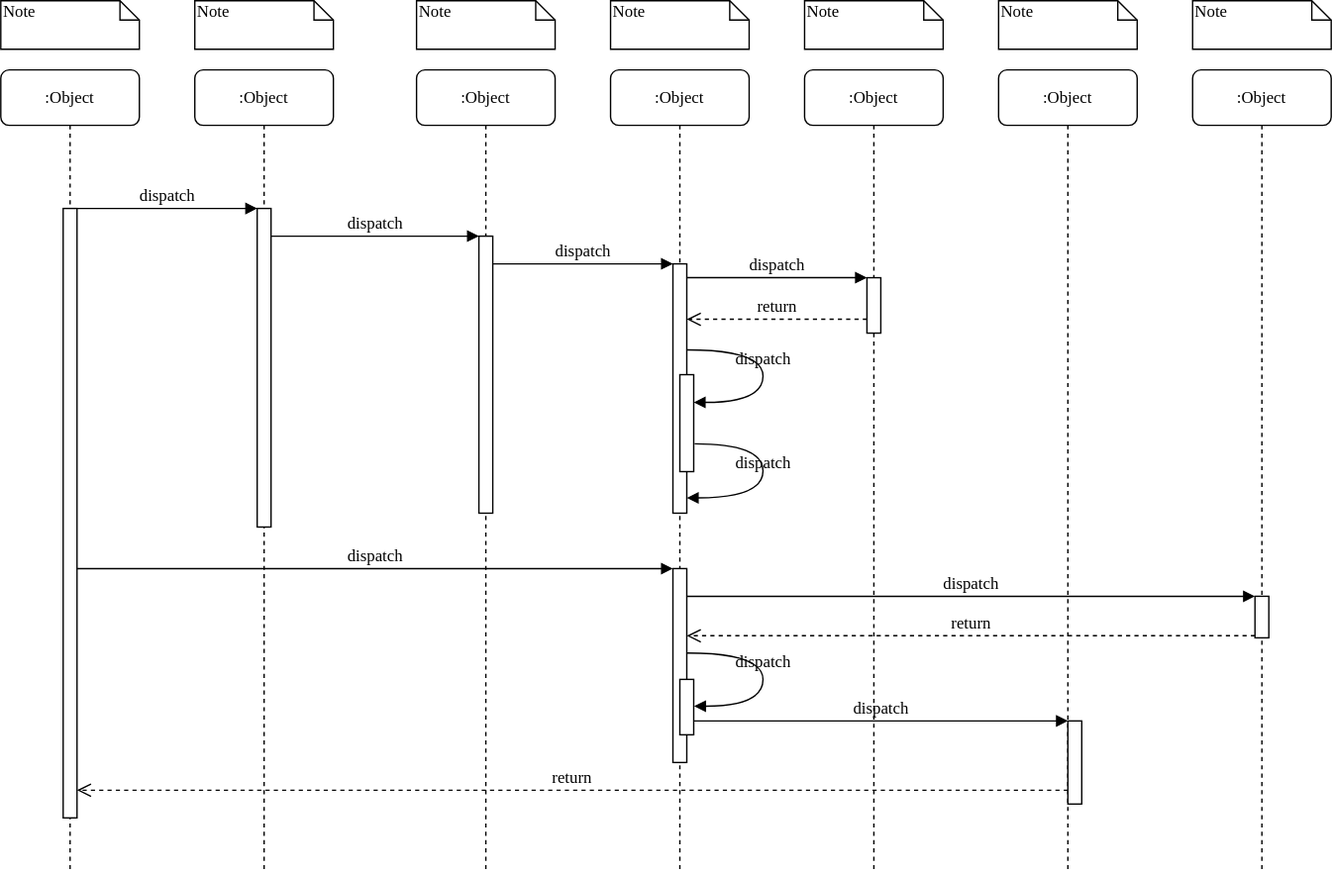
Above: UML Dynamic model.svg in TimeBandit2k/SixFeetPlease (draw.io), before the change. Source tidied: cells renumbered, new cells last; positions are measured from the earlier drawing's top-left corner, leaving out a move shared by most shapes.
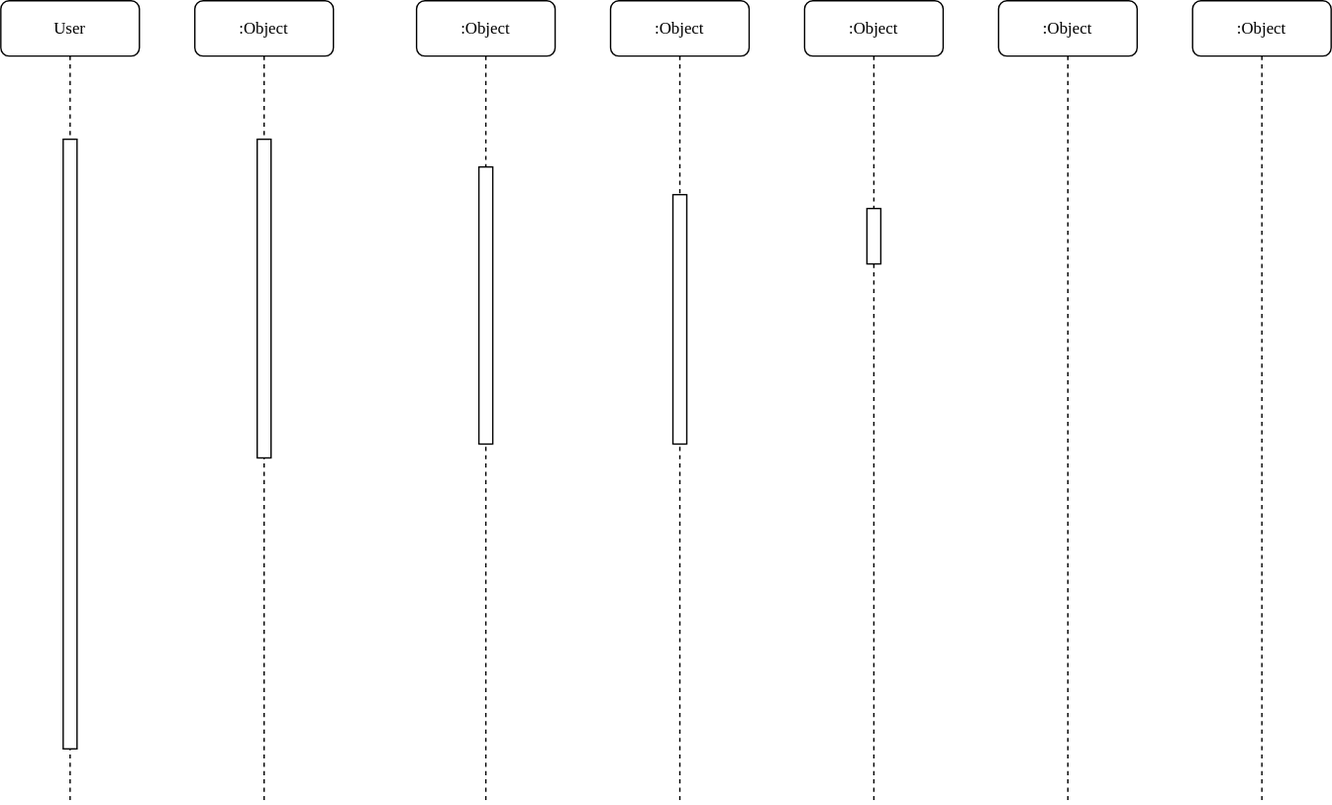
Above is the later version.

Commit message:
UML Dynamic model v0.1.svg

Change to the diagram source:
```diff
@@ -26,7 +26,7 @@
     <mxCell id="9" value=":Object" style="shape=umlLifeline;perimeter=lifelinePerimeter;whiteSpace=wrap;html=1;rounded=1;shadow=0;comic=0;labelBackgroundColor=none;strokeWidth=1;fontFamily=Verdana;fontSize=12;align=center;" parent="1" vertex="1">
       <mxGeometry x="860" y="50" width="100" height="580" as="geometry" />
     </mxCell>
-    <mxCell id="10" value=":Object" style="shape=umlLifeline;perimeter=lifelinePerimeter;whiteSpace=wrap;html=1;rounded=1;shadow=0;comic=0;labelBackgroundColor=none;strokeWidth=1;fontFamily=Verdana;fontSize=12;align=center;" parent="1" vertex="1">
+    <mxCell id="10" value="User" style="shape=umlLifeline;perimeter=lifelinePerimeter;whiteSpace=wrap;html=1;rounded=1;shadow=0;comic=0;labelBackgroundColor=none;strokeWidth=1;fontFamily=Verdana;fontSize=12;align=center;" parent="1" vertex="1">
       <mxGeometry y="50" width="100" height="580" as="geometry" />
     </mxCell>
     <mxCell id="11" style="html=1;points=[];perimeter=orthogonalPerimeter;rounded=0;shadow=0;comic=0;labelBackgroundColor=none;strokeWidth=1;fontFamily=Verdana;fontSize=12;align=center;" parent="10" vertex="1">
@@ -35,114 +35,8 @@
     <mxCell id="12" style="html=1;points=[];perimeter=orthogonalPerimeter;rounded=0;shadow=0;comic=0;labelBackgroundColor=none;strokeWidth=1;fontFamily=Verdana;fontSize=12;align=center;" parent="1" vertex="1">
       <mxGeometry x="485" y="190" width="10" height="180" as="geometry" />
     </mxCell>
-    <mxCell id="13" value="dispatch" style="html=1;verticalAlign=bottom;endArrow=block;labelBackgroundColor=none;fontFamily=Verdana;fontSize=12;edgeStyle=elbowEdgeStyle;elbow=vertical;" parent="1" edge="1" source="5" target="12">
-      <mxGeometry relative="1" as="geometry">
-        <Array as="points">
-          <mxPoint x="360" y="190" />
-        </Array>
-      </mxGeometry>
-    </mxCell>
     <mxCell id="14" style="html=1;points=[];perimeter=orthogonalPerimeter;rounded=0;shadow=0;comic=0;labelBackgroundColor=none;strokeWidth=1;fontFamily=Verdana;fontSize=12;align=center;" parent="1" vertex="1">
       <mxGeometry x="625" y="200" width="10" height="40" as="geometry" />
     </mxCell>
-    <mxCell id="15" value="dispatch" style="html=1;verticalAlign=bottom;endArrow=block;entryX=0;entryY=0;labelBackgroundColor=none;fontFamily=Verdana;fontSize=12;edgeStyle=elbowEdgeStyle;elbow=vertical;" parent="1" edge="1" source="12" target="14">
-      <mxGeometry relative="1" as="geometry" />
-    </mxCell>
-    <mxCell id="16" value="return" style="html=1;verticalAlign=bottom;endArrow=open;dashed=1;endSize=8;labelBackgroundColor=none;fontFamily=Verdana;fontSize=12;edgeStyle=elbowEdgeStyle;elbow=vertical;" parent="1" edge="1" source="14" target="12">
-      <mxGeometry relative="1" as="geometry">
-        <Array as="points">
-          <mxPoint x="570" y="230" />
-          <mxPoint x="600" y="230" />
-        </Array>
-      </mxGeometry>
-    </mxCell>
-    <mxCell id="17" style="html=1;points=[];perimeter=orthogonalPerimeter;rounded=0;shadow=0;comic=0;labelBackgroundColor=none;strokeWidth=1;fontFamily=Verdana;fontSize=12;align=center;" parent="1" vertex="1">
-      <mxGeometry x="485" y="410" width="10" height="140" as="geometry" />
-    </mxCell>
-    <mxCell id="18" value="dispatch" style="html=1;verticalAlign=bottom;endArrow=block;entryX=0;entryY=0;labelBackgroundColor=none;fontFamily=Verdana;fontSize=12;" parent="1" edge="1" source="11" target="17">
-      <mxGeometry relative="1" as="geometry" />
-    </mxCell>
-    <mxCell id="19" style="html=1;points=[];perimeter=orthogonalPerimeter;rounded=0;shadow=0;comic=0;labelBackgroundColor=none;strokeColor=#000000;strokeWidth=1;fillColor=#FFFFFF;fontFamily=Verdana;fontSize=12;fontColor=#000000;align=center;" parent="1" vertex="1">
-      <mxGeometry x="905" y="430" width="10" height="30" as="geometry" />
-    </mxCell>
-    <mxCell id="20" value="dispatch" style="html=1;verticalAlign=bottom;endArrow=block;entryX=0;entryY=0;labelBackgroundColor=none;fontFamily=Verdana;fontSize=12;" parent="1" edge="1" source="17" target="19">
-      <mxGeometry relative="1" as="geometry" />
-    </mxCell>
-    <mxCell id="21" value="return" style="html=1;verticalAlign=bottom;endArrow=open;dashed=1;endSize=8;exitX=0;exitY=0.95;labelBackgroundColor=none;fontFamily=Verdana;fontSize=12;" parent="1" edge="1" source="19" target="17">
-      <mxGeometry relative="1" as="geometry" />
-    </mxCell>
-    <mxCell id="22" style="html=1;points=[];perimeter=orthogonalPerimeter;rounded=0;shadow=0;comic=0;labelBackgroundColor=none;strokeWidth=1;fontFamily=Verdana;fontSize=12;align=center;" parent="1" vertex="1">
-      <mxGeometry x="770" y="520" width="10" height="60" as="geometry" />
-    </mxCell>
-    <mxCell id="23" value="dispatch" style="html=1;verticalAlign=bottom;endArrow=block;entryX=0;entryY=0;labelBackgroundColor=none;fontFamily=Verdana;fontSize=12;edgeStyle=elbowEdgeStyle;elbow=vertical;" parent="1" edge="1" source="30" target="22">
-      <mxGeometry relative="1" as="geometry" />
-    </mxCell>
-    <mxCell id="24" value="return" style="html=1;verticalAlign=bottom;endArrow=open;dashed=1;endSize=8;labelBackgroundColor=none;fontFamily=Verdana;fontSize=12;edgeStyle=elbowEdgeStyle;elbow=vertical;" parent="1" edge="1" source="22" target="11">
-      <mxGeometry relative="1" as="geometry">
-        <Array as="points">
-          <mxPoint x="470" y="570" />
-        </Array>
-      </mxGeometry>
-    </mxCell>
-    <mxCell id="25" value="dispatch" style="html=1;verticalAlign=bottom;endArrow=block;entryX=0;entryY=0;labelBackgroundColor=none;fontFamily=Verdana;fontSize=12;edgeStyle=elbowEdgeStyle;elbow=vertical;" parent="1" edge="1" source="11" target="3">
-      <mxGeometry relative="1" as="geometry" />
-    </mxCell>
-    <mxCell id="26" value="dispatch" style="html=1;verticalAlign=bottom;endArrow=block;entryX=0;entryY=0;labelBackgroundColor=none;fontFamily=Verdana;fontSize=12;edgeStyle=elbowEdgeStyle;elbow=vertical;" parent="1" edge="1" source="3" target="5">
-      <mxGeometry relative="1" as="geometry" />
-    </mxCell>
-    <mxCell id="27" style="html=1;points=[];perimeter=orthogonalPerimeter;rounded=0;shadow=0;comic=0;labelBackgroundColor=none;strokeWidth=1;fontFamily=Verdana;fontSize=12;align=center;" parent="1" vertex="1">
-      <mxGeometry x="490" y="270" width="10" height="70" as="geometry" />
-    </mxCell>
-    <mxCell id="28" value="dispatch" style="html=1;verticalAlign=bottom;endArrow=block;labelBackgroundColor=none;fontFamily=Verdana;fontSize=12;elbow=vertical;edgeStyle=orthogonalEdgeStyle;curved=1;entryX=1;entryY=0.286;entryPerimeter=0;exitX=1.038;exitY=0.345;exitPerimeter=0;" parent="1" edge="1" source="12" target="27">
-      <mxGeometry relative="1" as="geometry">
-        <Array as="points">
-          <mxPoint x="550" y="252" />
-          <mxPoint x="550" y="290" />
-        </Array>
-      </mxGeometry>
-    </mxCell>
-    <mxCell id="29" value="dispatch" style="html=1;verticalAlign=bottom;endArrow=block;labelBackgroundColor=none;fontFamily=Verdana;fontSize=12;elbow=vertical;edgeStyle=orthogonalEdgeStyle;curved=1;exitX=1.066;exitY=0.713;exitPerimeter=0;" parent="1" edge="1" source="27">
-      <mxGeometry relative="1" as="geometry">
-        <mxPoint x="495" y="359" as="targetPoint" />
-        <Array as="points">
-          <mxPoint x="550" y="320" />
-          <mxPoint x="550" y="359" />
-        </Array>
-      </mxGeometry>
-    </mxCell>
-    <mxCell id="30" style="html=1;points=[];perimeter=orthogonalPerimeter;rounded=0;shadow=0;comic=0;labelBackgroundColor=none;strokeWidth=1;fontFamily=Verdana;fontSize=12;align=center;" parent="1" vertex="1">
-      <mxGeometry x="490" y="490" width="10" height="40" as="geometry" />
-    </mxCell>
-    <mxCell id="31" value="dispatch" style="html=1;verticalAlign=bottom;endArrow=block;labelBackgroundColor=none;fontFamily=Verdana;fontSize=12;elbow=vertical;edgeStyle=orthogonalEdgeStyle;curved=1;entryX=1;entryY=0.286;entryPerimeter=0;exitX=1.038;exitY=0.345;exitPerimeter=0;" parent="1" edge="1">
-      <mxGeometry relative="1" as="geometry">
-        <mxPoint x="495.3" y="471" as="sourcePoint" />
-        <mxPoint x="500.3" y="509.3" as="targetPoint" />
-        <Array as="points">
-          <mxPoint x="550" y="471" />
-          <mxPoint x="550" y="509" />
-        </Array>
-      </mxGeometry>
-    </mxCell>
-    <mxCell id="32" value="Note" style="shape=note;whiteSpace=wrap;html=1;size=14;verticalAlign=top;align=left;spacingTop=-6;rounded=0;shadow=0;comic=0;labelBackgroundColor=none;strokeWidth=1;fontFamily=Verdana;fontSize=12;" parent="1" vertex="1">
-      <mxGeometry width="100" height="35" as="geometry" />
-    </mxCell>
-    <mxCell id="33" value="Note" style="shape=note;whiteSpace=wrap;html=1;size=14;verticalAlign=top;align=left;spacingTop=-6;rounded=0;shadow=0;comic=0;labelBackgroundColor=none;strokeWidth=1;fontFamily=Verdana;fontSize=12;" parent="1" vertex="1">
-      <mxGeometry x="140" width="100" height="35" as="geometry" />
-    </mxCell>
-    <mxCell id="34" value="Note" style="shape=note;whiteSpace=wrap;html=1;size=14;verticalAlign=top;align=left;spacingTop=-6;rounded=0;shadow=0;comic=0;labelBackgroundColor=none;strokeWidth=1;fontFamily=Verdana;fontSize=12;" parent="1" vertex="1">
-      <mxGeometry x="300" width="100" height="35" as="geometry" />
-    </mxCell>
-    <mxCell id="35" value="Note" style="shape=note;whiteSpace=wrap;html=1;size=14;verticalAlign=top;align=left;spacingTop=-6;rounded=0;shadow=0;comic=0;labelBackgroundColor=none;strokeWidth=1;fontFamily=Verdana;fontSize=12;" parent="1" vertex="1">
-      <mxGeometry x="440" width="100" height="35" as="geometry" />
-    </mxCell>
-    <mxCell id="36" value="Note" style="shape=note;whiteSpace=wrap;html=1;size=14;verticalAlign=top;align=left;spacingTop=-6;rounded=0;shadow=0;comic=0;labelBackgroundColor=none;strokeWidth=1;fontFamily=Verdana;fontSize=12;" parent="1" vertex="1">
-      <mxGeometry x="580" width="100" height="35" as="geometry" />
-    </mxCell>
-    <mxCell id="37" value="Note" style="shape=note;whiteSpace=wrap;html=1;size=14;verticalAlign=top;align=left;spacingTop=-6;rounded=0;shadow=0;comic=0;labelBackgroundColor=none;strokeWidth=1;fontFamily=Verdana;fontSize=12;" parent="1" vertex="1">
-      <mxGeometry x="720" width="100" height="35" as="geometry" />
-    </mxCell>
-    <mxCell id="38" value="Note" style="shape=note;whiteSpace=wrap;html=1;size=14;verticalAlign=top;align=left;spacingTop=-6;rounded=0;shadow=0;comic=0;labelBackgroundColor=none;strokeWidth=1;fontFamily=Verdana;fontSize=12;" parent="1" vertex="1">
-      <mxGeometry x="860" width="100" height="35" as="geometry" />
-    </mxCell>
   </root>
 </mxGraphModel>
```
